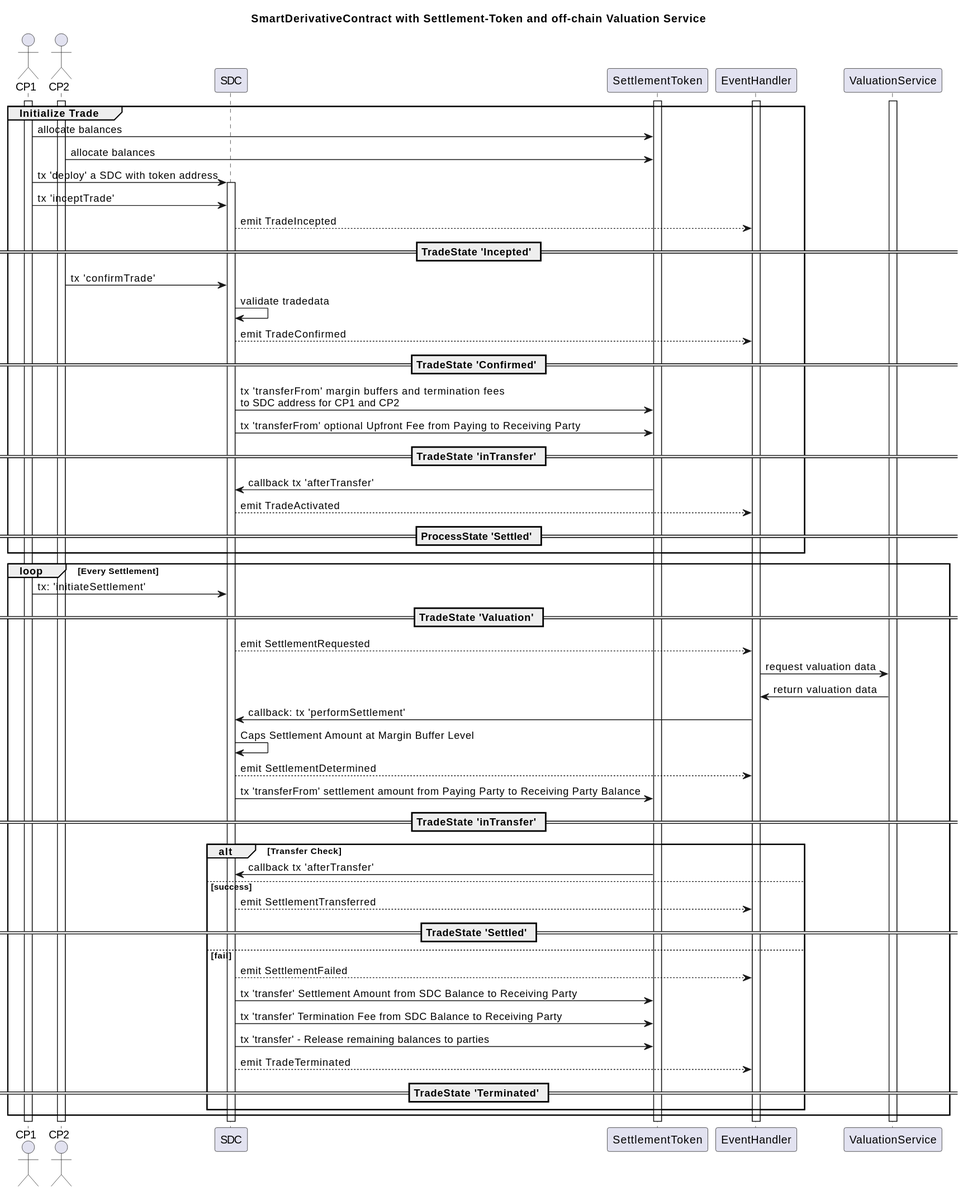
Before: assets/erc-6123/doc/sequence.svg, a diagram exported from PlantUML (ethereum/ERCs).
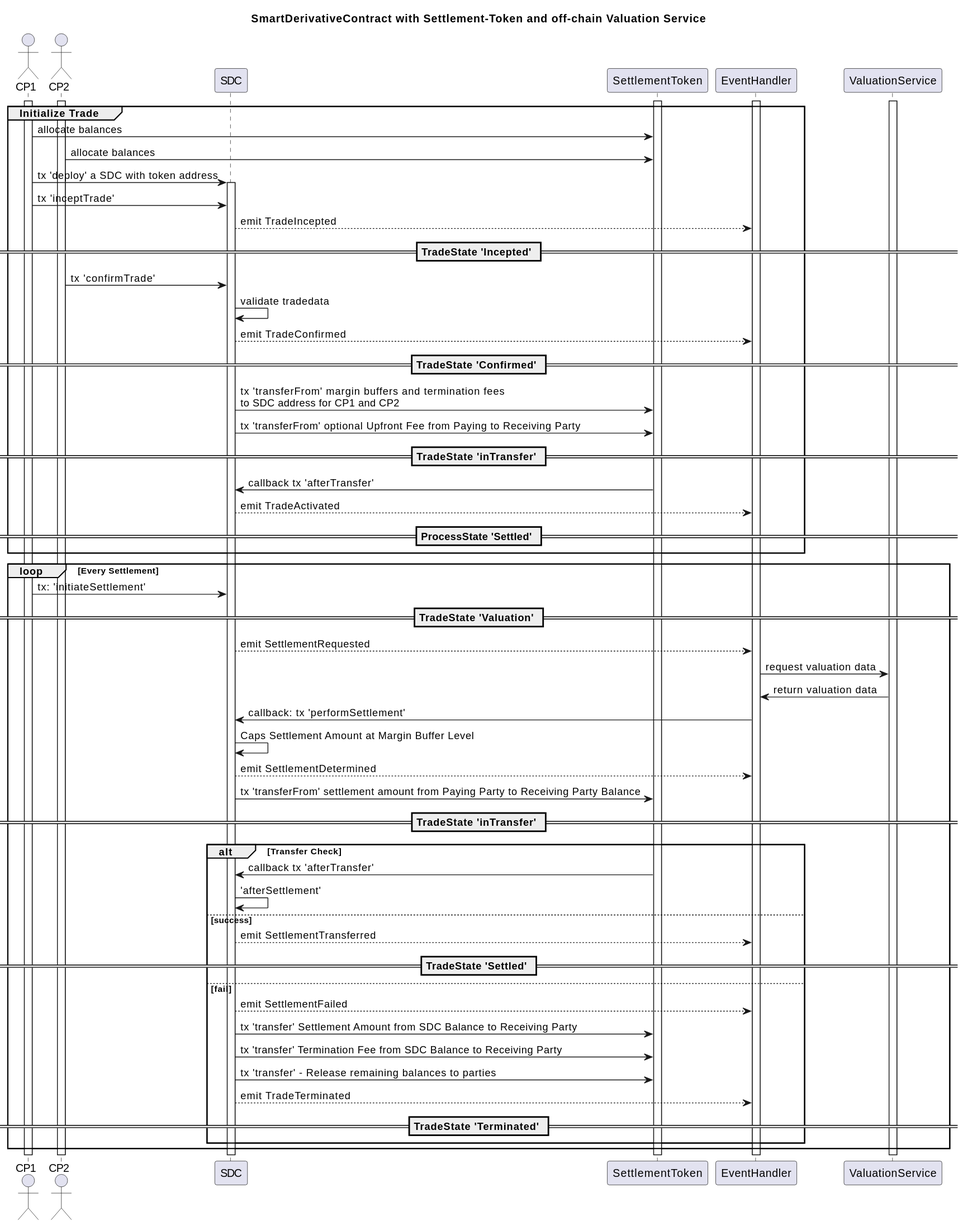
After the change.

Commit message:
Added description of the reintroduced afterSettlement.

What changed in the source:
```diff
@@ -68,6 +68,7 @@
 
 alt Transfer Check
 	SettlementToken->SDC: callback tx 'afterTransfer'
+    SDC->SDC: 'afterSettlement'
 else success
     SDC-->EventHandler: emit SettlementTransferred
 == TradeState 'Settled' ==
@@ -76,7 +77,7 @@
 
 	SDC->SettlementToken: tx 'transfer' Settlement Amount from SDC Balance to Receiving Party
 	SDC->SettlementToken: tx 'transfer' Termination Fee from SDC Balance to Receiving Party
-    SDC->SettlementToken: tx 'transfer' - Release  remainigBalances to parties
+    SDC->SettlementToken: tx 'transfer' - Release remaining balances to parties
 
     SDC-->EventHandler: emit TradeTerminated
 == TradeState 'Terminated' ==
```
